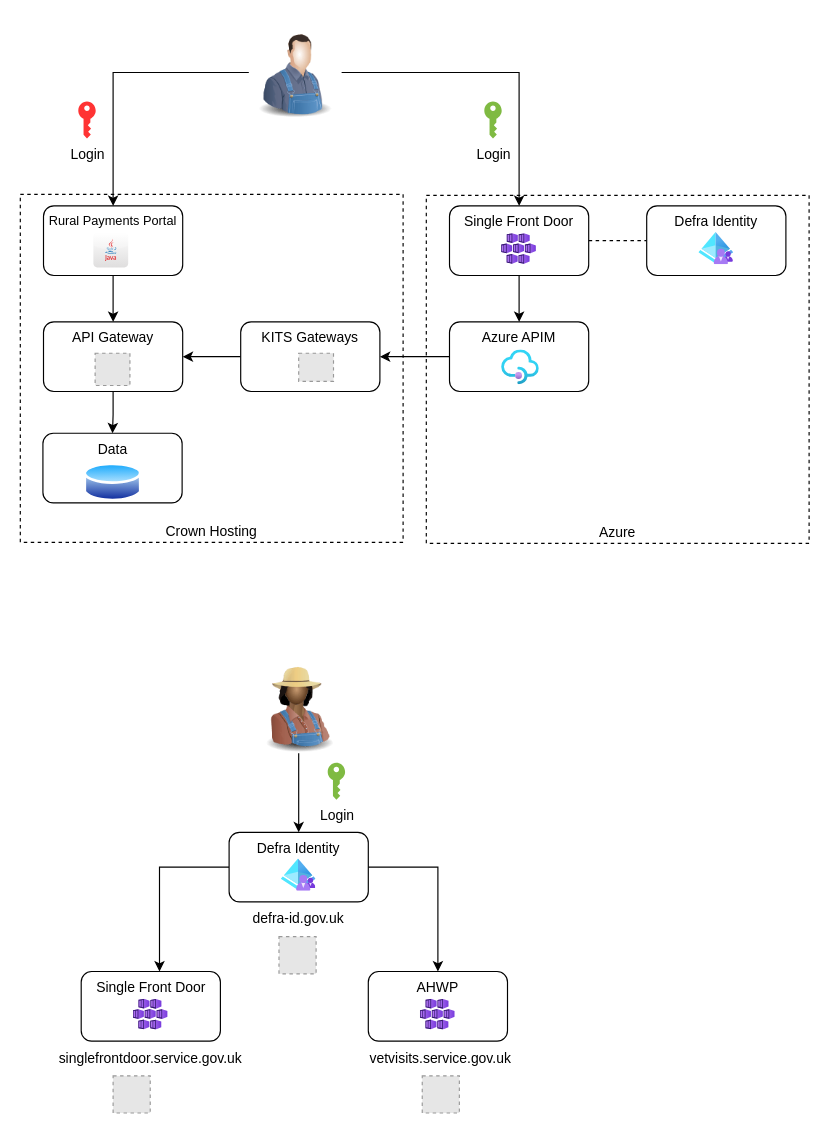
DEFRA/ffc-diagrams keeps this draw.io diagram as FFD/two-portals.drawio. Above is the earlier version. Source tidied: cells renumbered, new cells numbered last; positions are measured from the earlier drawing's top-left corner, leaving out a move shared by most shapes. Both pictures are drawn from the tidied source at 116%, with x=0, y=0 at pixel (20, 20). Pictures stored in the file or linked from it are replaced by grey dashed boxes.
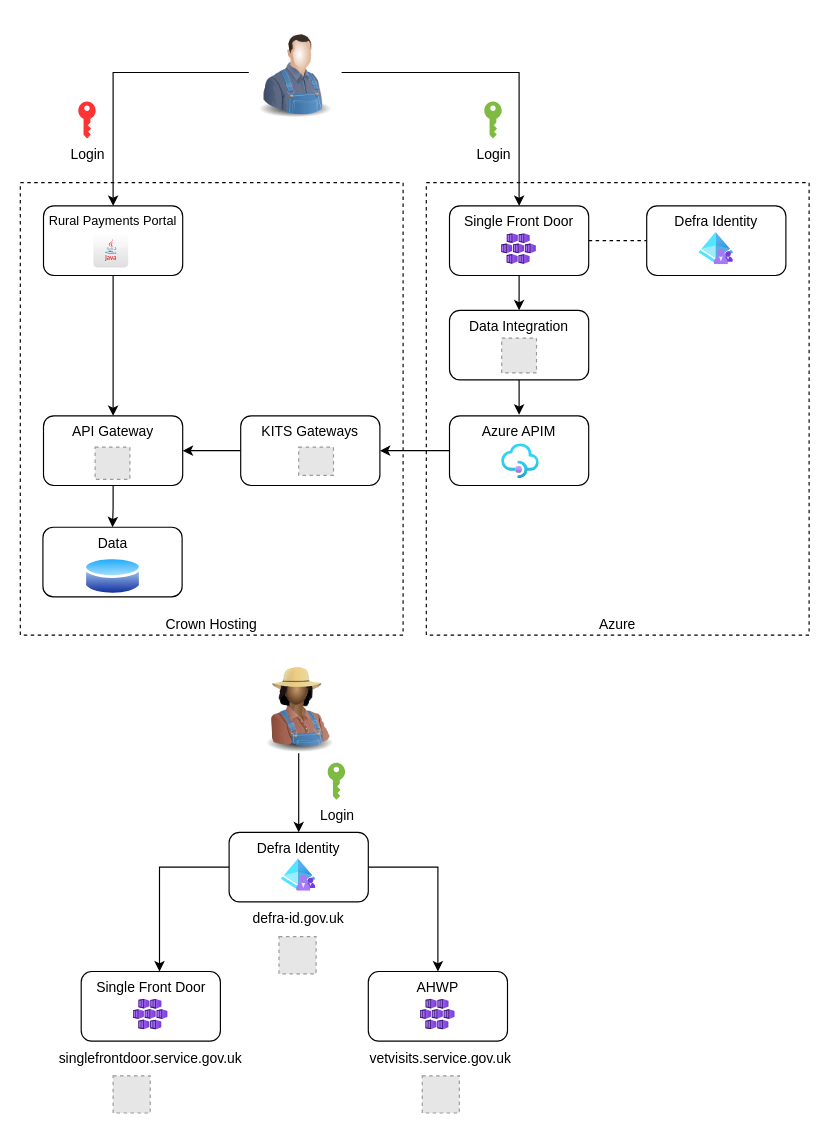
After the change.

Unchanged cells that the change refers to:
```xml
<mxCell id="9" value="Single Front Door" style="rounded=1;whiteSpace=wrap;html=1;verticalAlign=top;" parent="1" vertex="1">
  <mxGeometry x="370" y="160" width="120" height="60" as="geometry" />
</mxCell>
<mxCell id="11" value="Rural Payments Portal" style="rounded=1;whiteSpace=wrap;html=1;verticalAlign=top;fontSize=11;" parent="1" vertex="1">
  <mxGeometry x="20" y="160" width="120" height="60" as="geometry" />
</mxCell>
```

What changed in the source:
```diff
@@
     <mxCell id="2" value="Azure" style="rounded=0;whiteSpace=wrap;html=1;dashed=1;verticalAlign=bottom;" parent="1" vertex="1">
-      <mxGeometry x="350" y="150.9" width="330" height="300" as="geometry" />
+      <mxGeometry x="350" y="140" width="330" height="390" as="geometry" />
     </mxCell>
     <mxCell id="3" value="Crown Hosting" style="rounded=0;whiteSpace=wrap;html=1;dashed=1;verticalAlign=bottom;" parent="1" vertex="1">
-      <mxGeometry y="150" width="330" height="300" as="geometry" />
+      <mxGeometry y="140" width="330" height="390" as="geometry" />
     </mxCell>
@@
-    <mxCell id="8" style="edgeStyle=orthogonalEdgeStyle;rounded=0;jettySize=auto;html=1;" parent="1" edge="1" source="9" target="44">
-      <mxGeometry relative="1" as="geometry" />
-    </mxCell>
+    <mxCell id="46" style="edgeStyle=orthogonalEdgeStyle;rounded=0;jettySize=auto;html=1;entryX=0.5;entryY=0;entryDx=0;entryDy=0;" parent="1" edge="1" source="9" target="48">
+      <mxGeometry relative="1" as="geometry" />
+    </mxCell>
@@
-    <mxCell id="10" style="edgeStyle=orthogonalEdgeStyle;rounded=0;jettySize=auto;html=1;" parent="1" edge="1" source="11" target="13">
+    <mxCell id="10" style="edgeStyle=orthogonalEdgeStyle;rounded=0;jettySize=auto;html=1;entryX=0.5;entryY=0;entryDx=0;entryDy=0;" parent="1" edge="1" source="11" target="13">
       <mxGeometry relative="1" as="geometry" />
     </mxCell>
@@
     <mxCell id="13" value="API Gateway" style="rounded=1;whiteSpace=wrap;html=1;verticalAlign=top;" parent="1" vertex="1">
-      <mxGeometry x="20" y="260" width="120" height="60" as="geometry" />
+      <mxGeometry x="20" y="341" width="120" height="60" as="geometry" />
     </mxCell>
@@
     <mxCell id="15" style="fillColor=#E6E6E6;strokeColor=#999999;dashed=1;verticalLabelPosition=bottom;labelBackgroundColor=default;verticalAlign=top;" parent="1" vertex="1">
-      <mxGeometry x="64.5" y="287" width="30" height="27.8" as="geometry" />
+      <mxGeometry x="64.5" y="368" width="30" height="27.8" as="geometry" />
     </mxCell>
@@
     <mxCell id="38" value="Data" style="rounded=1;whiteSpace=wrap;html=1;verticalAlign=top;" parent="1" vertex="1">
-      <mxGeometry x="19.5" y="356" width="120" height="60" as="geometry" />
+      <mxGeometry x="19.5" y="437" width="120" height="60" as="geometry" />
     </mxCell>
     <mxCell id="39" style="image;perimeter=ellipsePerimeter;html=1;align=center;shadow=0;dashed=0;spacingTop=3;image=img/lib/active_directory/database.svg;" parent="1" vertex="1">
-      <mxGeometry x="55" y="380" width="50" height="37" as="geometry" />
+      <mxGeometry x="55" y="461" width="50" height="37" as="geometry" />
     </mxCell>
@@
     <mxCell id="41" value="KITS Gateways" style="rounded=1;whiteSpace=wrap;html=1;verticalAlign=top;" parent="1" vertex="1">
-      <mxGeometry x="190" y="260" width="120" height="60" as="geometry" />
+      <mxGeometry x="190" y="341" width="120" height="60" as="geometry" />
     </mxCell>
     <mxCell id="42" style="fillColor=#E6E6E6;strokeColor=#999999;dashed=1;verticalLabelPosition=bottom;labelBackgroundColor=default;verticalAlign=top;" parent="1" vertex="1">
-      <mxGeometry x="240" y="287" width="30" height="24.3" as="geometry" />
+      <mxGeometry x="240" y="368" width="30" height="24.3" as="geometry" />
     </mxCell>
@@
     <mxCell id="44" value="Azure APIM" style="rounded=1;whiteSpace=wrap;html=1;verticalAlign=top;" parent="1" vertex="1">
-      <mxGeometry x="370" y="260" width="120" height="60" as="geometry" />
+      <mxGeometry x="370" y="341" width="120" height="60" as="geometry" />
     </mxCell>
     <mxCell id="45" style="image;html=1;align=center;fontSize=12;image=img/lib/azure2/app_services/API_Management_Services.svg;" parent="1" vertex="1">
-      <mxGeometry x="415" y="284.2" width="32.5" height="30" as="geometry" />
+      <mxGeometry x="415" y="365.2" width="32.5" height="30" as="geometry" />
     </mxCell>
+    <mxCell id="47" style="edgeStyle=orthogonalEdgeStyle;rounded=0;jettySize=auto;html=1;" parent="1" edge="1" source="48">
+      <mxGeometry relative="1" as="geometry">
+        <mxPoint x="430" y="340" as="targetPoint" />
+      </mxGeometry>
+    </mxCell>
+    <mxCell id="48" value="Data Integration" style="rounded=1;whiteSpace=wrap;html=1;verticalAlign=top;" parent="1" vertex="1">
+      <mxGeometry x="370" y="250" width="120" height="60" as="geometry" />
+    </mxCell>
+    <mxCell id="49" style="fillColor=#E6E6E6;strokeColor=#999999;dashed=1;html=1;verticalAlign=top;verticalLabelPosition=bottom;labelBackgroundColor=#ffffff;" parent="1" vertex="1">
+      <mxGeometry x="415" y="274" width="30" height="30" as="geometry" />
+    </mxCell>
```
